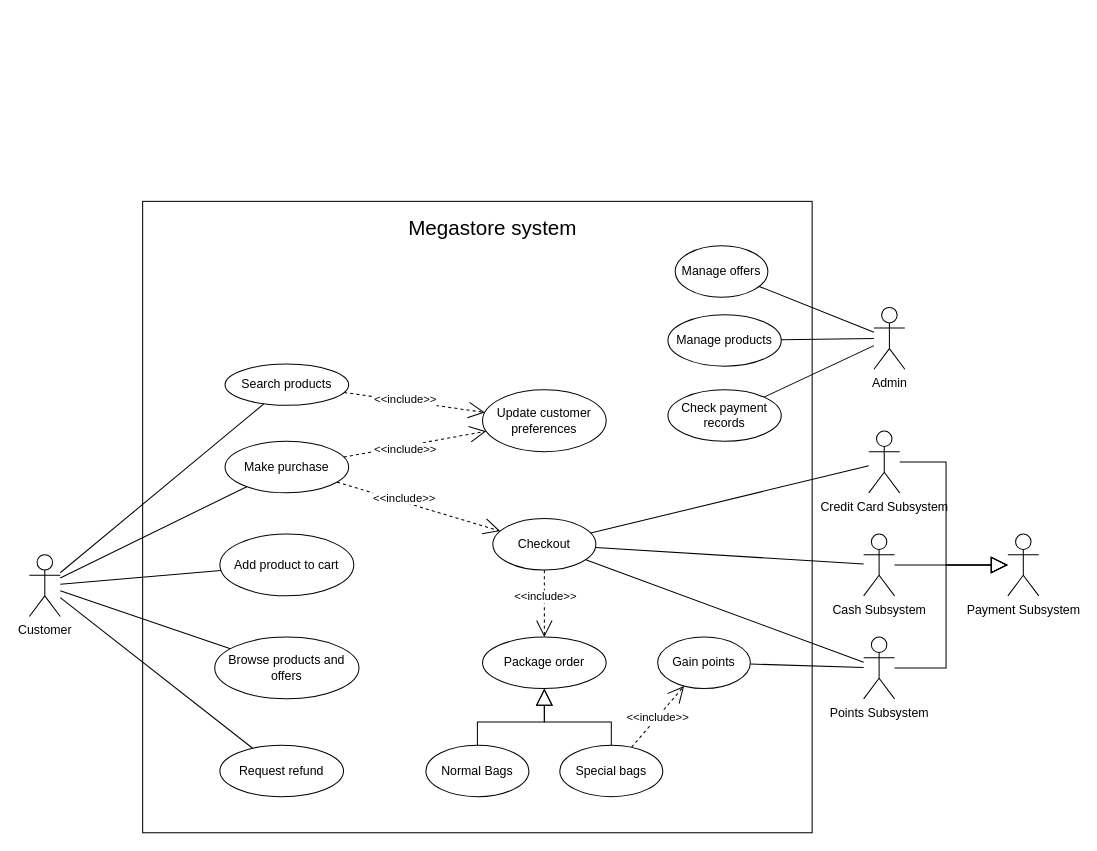
Earlier version of the draw.io diagram usecase.drawio (youssef-attai-fcai-cu/system-analysis-project). Source tidied: cells renumbered, new cells numbered last; positions are measured from the earlier drawing's top-left corner, leaving out a move shared by most shapes. Both pictures are drawn from the tidied source at 103%, with x=0, y=0 at pixel (29, 201).
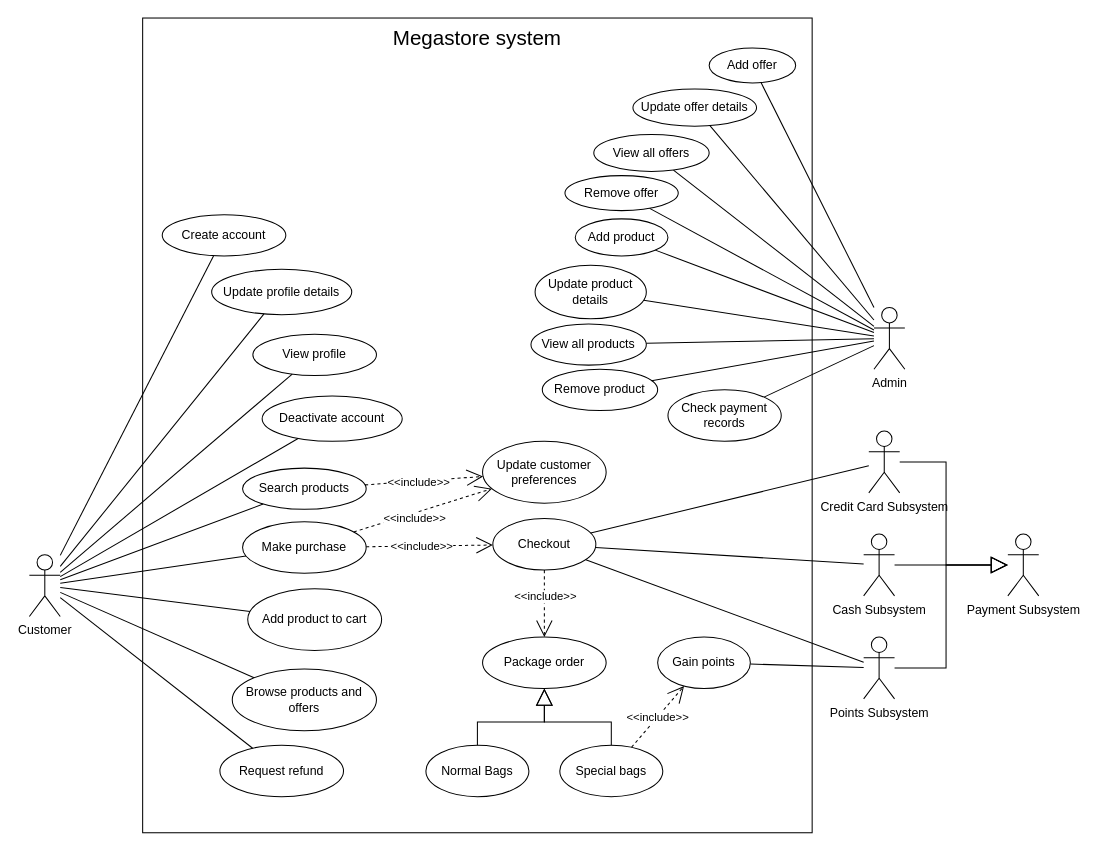
Above is the later version.

Commit message:
Expand all "manage" use cases to the 4 CRUD

Unchanged cells that the change refers to:
```xml
<mxCell id="3" value="Customer" style="shape=umlActor;verticalLabelPosition=bottom;verticalAlign=top;html=1;outlineConnect=0;" parent="1" vertex="1">
  <mxGeometry y="343" width="30" height="60" as="geometry" />
</mxCell>
<mxCell id="20" value="Admin&lt;br&gt;" style="shape=umlActor;verticalLabelPosition=bottom;verticalAlign=top;html=1;outlineConnect=0;strokeColor=default;" parent="1" vertex="1">
  <mxGeometry x="820" y="103" width="30" height="60" as="geometry" />
</mxCell>
```

Diff of the diagram source:
```diff
@@
     <mxCell id="2" style="rounded=0;whiteSpace=wrap;html=1;strokeColor=default;fontSize=20;fillColor=none;" parent="1" vertex="1">
-      <mxGeometry x="110" width="650" height="613" as="geometry" />
+      <mxGeometry x="110" y="-178" width="650" height="791" as="geometry" />
     </mxCell>
@@
     <mxCell id="6" value="&lt;div&gt;Make purchase&lt;/div&gt;" style="ellipse;whiteSpace=wrap;html=1;" parent="1" vertex="1">
-      <mxGeometry x="190" y="233" width="120" height="50" as="geometry" />
+      <mxGeometry x="207" y="311" width="120" height="50" as="geometry" />
     </mxCell>
@@
     <mxCell id="8" value="Search products" style="ellipse;whiteSpace=wrap;html=1;" parent="1" vertex="1">
-      <mxGeometry x="190" y="158" width="120" height="40" as="geometry" />
+      <mxGeometry x="207" y="259" width="120" height="40" as="geometry" />
     </mxCell>
@@
     <mxCell id="17" value="&lt;div&gt;Browse products and offers&lt;/div&gt;" style="ellipse;whiteSpace=wrap;html=1;" parent="1" vertex="1">
-      <mxGeometry x="180" y="423" width="140" height="60" as="geometry" />
+      <mxGeometry x="197" y="454" width="140" height="60" as="geometry" />
     </mxCell>
-    <mxCell id="18" value="&lt;div&gt;Manage offers&lt;/div&gt;" style="ellipse;whiteSpace=wrap;html=1;" parent="1" vertex="1">
-      <mxGeometry x="627" y="43" width="90" height="50" as="geometry" />
+    <mxCell id="18" value="&lt;div&gt;Add offer&lt;/div&gt;" style="ellipse;whiteSpace=wrap;html=1;" parent="1" vertex="1">
+      <mxGeometry x="660" y="-149" width="84" height="34" as="geometry" />
     </mxCell>
@@
     <mxCell id="21" value="Megastore system" style="text;html=1;strokeColor=none;fillColor=none;align=center;verticalAlign=middle;whiteSpace=wrap;rounded=0;fontSize=20;" parent="1" vertex="1">
-      <mxGeometry x="310" y="10" width="280" height="30" as="geometry" />
+      <mxGeometry x="295" y="-174" width="280" height="30" as="geometry" />
     </mxCell>
@@
     <mxCell id="41" value="&lt;div&gt;Add product to cart&lt;/div&gt;" style="ellipse;whiteSpace=wrap;html=1;" parent="1" vertex="1">
-      <mxGeometry x="185" y="323" width="130" height="60" as="geometry" />
+      <mxGeometry x="212" y="376" width="130" height="60" as="geometry" />
     </mxCell>
     <mxCell id="42" value="Update customer preferences" style="ellipse;whiteSpace=wrap;html=1;" parent="1" vertex="1">
-      <mxGeometry x="440" y="183" width="120" height="60" as="geometry" />
+      <mxGeometry x="440" y="233" width="120" height="60" as="geometry" />
     </mxCell>
@@
-    <mxCell id="47" value="&lt;div&gt;Manage products&lt;/div&gt;" style="ellipse;whiteSpace=wrap;html=1;" parent="1" vertex="1">
-      <mxGeometry x="620" y="110" width="110" height="50" as="geometry" />
+    <mxCell id="47" value="&lt;div&gt;Add product&lt;/div&gt;" style="ellipse;whiteSpace=wrap;html=1;" parent="1" vertex="1">
+      <mxGeometry x="530" y="17" width="90" height="36" as="geometry" />
     </mxCell>
@@
+    <mxCell id="51" value="Create account" style="ellipse;whiteSpace=wrap;html=1;" parent="1" vertex="1">
+      <mxGeometry x="129" y="13" width="120" height="40" as="geometry" />
+    </mxCell>
+    <mxCell id="52" value="View profile" style="ellipse;whiteSpace=wrap;html=1;" parent="1" vertex="1">
+      <mxGeometry x="217" y="129" width="120" height="40" as="geometry" />
+    </mxCell>
+    <mxCell id="53" value="Update profile details" style="ellipse;whiteSpace=wrap;html=1;" parent="1" vertex="1">
+      <mxGeometry x="177" y="66" width="136" height="44" as="geometry" />
+    </mxCell>
+    <mxCell id="54" value="Deactivate account" style="ellipse;whiteSpace=wrap;html=1;" parent="1" vertex="1">
+      <mxGeometry x="226" y="189" width="136" height="44" as="geometry" />
+    </mxCell>
+    <mxCell id="55" style="rounded=0;jettySize=auto;html=1;endArrow=none;endFill=0;startSize=6;endSize=14;" parent="1" edge="1" source="3" target="54">
+      <mxGeometry relative="1" as="geometry" />
+    </mxCell>
+    <mxCell id="56" style="rounded=0;jettySize=auto;html=1;endArrow=none;endFill=0;startSize=6;endSize=14;" parent="1" edge="1" source="3" target="53">
+      <mxGeometry relative="1" as="geometry" />
+    </mxCell>
+    <mxCell id="57" style="rounded=0;jettySize=auto;html=1;endArrow=none;endFill=0;startSize=6;endSize=14;" parent="1" edge="1" source="3" target="52">
+      <mxGeometry relative="1" as="geometry" />
+    </mxCell>
+    <mxCell id="58" style="rounded=0;jettySize=auto;html=1;endArrow=none;endFill=0;startSize=6;endSize=14;" parent="1" edge="1" source="3" target="51">
+      <mxGeometry relative="1" as="geometry" />
+    </mxCell>
+    <mxCell id="59" value="&lt;div&gt;Remove product&lt;/div&gt;" style="ellipse;whiteSpace=wrap;html=1;" parent="1" vertex="1">
+      <mxGeometry x="498" y="163" width="112" height="40" as="geometry" />
+    </mxCell>
+    <mxCell id="60" value="&lt;div&gt;Update product details&lt;/div&gt;" style="ellipse;whiteSpace=wrap;html=1;" parent="1" vertex="1">
+      <mxGeometry x="491" y="62" width="108" height="52" as="geometry" />
+    </mxCell>
+    <mxCell id="61" value="View all products" style="ellipse;whiteSpace=wrap;html=1;" parent="1" vertex="1">
+      <mxGeometry x="487" y="119" width="112" height="40" as="geometry" />
+    </mxCell>
+    <mxCell id="62" style="edgeStyle=none;rounded=0;jettySize=auto;html=1;endArrow=none;endFill=0;startSize=6;endSize=14;" parent="1" edge="1" source="20" target="60">
+      <mxGeometry relative="1" as="geometry" />
+    </mxCell>
+    <mxCell id="63" style="edgeStyle=none;rounded=0;jettySize=auto;html=1;endArrow=none;endFill=0;startSize=6;endSize=14;" parent="1" edge="1" source="20" target="61">
+      <mxGeometry relative="1" as="geometry" />
+    </mxCell>
+    <mxCell id="64" style="edgeStyle=none;rounded=0;jettySize=auto;html=1;endArrow=none;endFill=0;startSize=6;endSize=14;" parent="1" edge="1" source="20" target="59">
+      <mxGeometry relative="1" as="geometry" />
+    </mxCell>
+    <mxCell id="65" value="&lt;div&gt;Update offer details&lt;/div&gt;" style="ellipse;whiteSpace=wrap;html=1;" parent="1" vertex="1">
+      <mxGeometry x="586" y="-109" width="120" height="36" as="geometry" />
+    </mxCell>
+    <mxCell id="66" value="&lt;div&gt;View all offers&lt;/div&gt;" style="ellipse;whiteSpace=wrap;html=1;" parent="1" vertex="1">
+      <mxGeometry x="548" y="-65" width="112" height="36" as="geometry" />
+    </mxCell>
+    <mxCell id="67" value="&lt;div&gt;Remove offer&lt;/div&gt;" style="ellipse;whiteSpace=wrap;html=1;" parent="1" vertex="1">
+      <mxGeometry x="520" y="-25" width="110" height="34" as="geometry" />
+    </mxCell>
+    <mxCell id="68" style="edgeStyle=none;rounded=0;jettySize=auto;html=1;endArrow=none;endFill=0;startSize=6;endSize=14;" parent="1" edge="1" source="20" target="65">
+      <mxGeometry relative="1" as="geometry" />
+    </mxCell>
+    <mxCell id="69" style="edgeStyle=none;rounded=0;jettySize=auto;html=1;endArrow=none;endFill=0;startSize=6;endSize=14;" parent="1" edge="1" source="20" target="66">
+      <mxGeometry relative="1" as="geometry" />
+    </mxCell>
+    <mxCell id="70" style="edgeStyle=none;rounded=0;jettySize=auto;html=1;endArrow=none;endFill=0;startSize=6;endSize=14;" parent="1" edge="1" source="20" target="67">
+      <mxGeometry relative="1" as="geometry" />
+    </mxCell>
```
